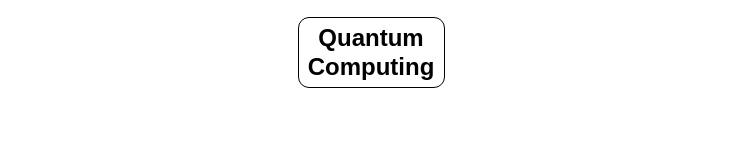
Himanshu2ht/Anonymous keeps this draw.io diagram as Untitled Diagram.drawio. Above is the earlier version. Source tidied: cells renumbered, new cells numbered last; positions are measured from the earlier drawing's top-left corner, leaving out a move shared by most shapes. Both pictures are drawn from the tidied source at 100%, with x=0, y=0 at pixel (298, 17).
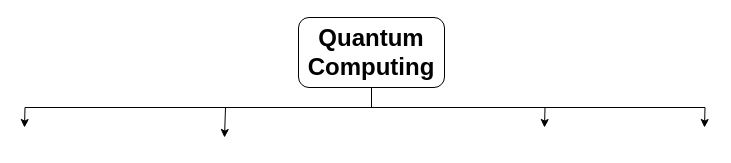
The same diagram, later.

Diff of the diagram source:
```diff
@@
 <mxGraphModel>
   <root>
     <mxCell id="0" />
     <mxCell id="1" parent="0" />
+    <mxCell id="3" style="edgeStyle=orthogonalEdgeStyle;rounded=0;jettySize=auto;html=1;exitX=0.5;exitY=1;exitDx=0;exitDy=0;" parent="1" edge="1" source="2">
+      <mxGeometry relative="1" as="geometry">
+        <mxPoint x="-74" y="120" as="targetPoint" />
+        <Array as="points">
+          <mxPoint x="73" y="90" />
+          <mxPoint x="-73" y="90" />
+        </Array>
+      </mxGeometry>
+    </mxCell>
+    <mxCell id="4" style="edgeStyle=orthogonalEdgeStyle;rounded=0;jettySize=auto;html=1;exitX=0.5;exitY=1;exitDx=0;exitDy=0;" parent="1" edge="1" source="2">
+      <mxGeometry relative="1" as="geometry">
+        <mxPoint x="406" y="110" as="targetPoint" />
+      </mxGeometry>
+    </mxCell>
+    <mxCell id="5" style="edgeStyle=orthogonalEdgeStyle;rounded=0;jettySize=auto;html=1;exitX=0.5;exitY=1;exitDx=0;exitDy=0;" parent="1" edge="1" source="2">
+      <mxGeometry relative="1" as="geometry">
+        <mxPoint x="246" y="110" as="targetPoint" />
+      </mxGeometry>
+    </mxCell>
+    <mxCell id="6" style="edgeStyle=orthogonalEdgeStyle;rounded=0;jettySize=auto;html=1;exitX=0.5;exitY=1;exitDx=0;exitDy=0;" parent="1" edge="1" source="2">
+      <mxGeometry relative="1" as="geometry">
+        <mxPoint x="-274" y="110" as="targetPoint" />
+      </mxGeometry>
+    </mxCell>
     <mxCell id="2" value="&lt;b&gt;&lt;font style=&quot;font-size: 24px;&quot;&gt;Quantum Computing&lt;/font&gt;&lt;/b&gt;" style="rounded=1;whiteSpace=wrap;html=1;fontSize=12;glass=0;strokeWidth=1;shadow=0;" parent="1" vertex="1">
       <mxGeometry width="146" height="70" as="geometry" />
     </mxCell>
   </root>
 </mxGraphModel>
```
